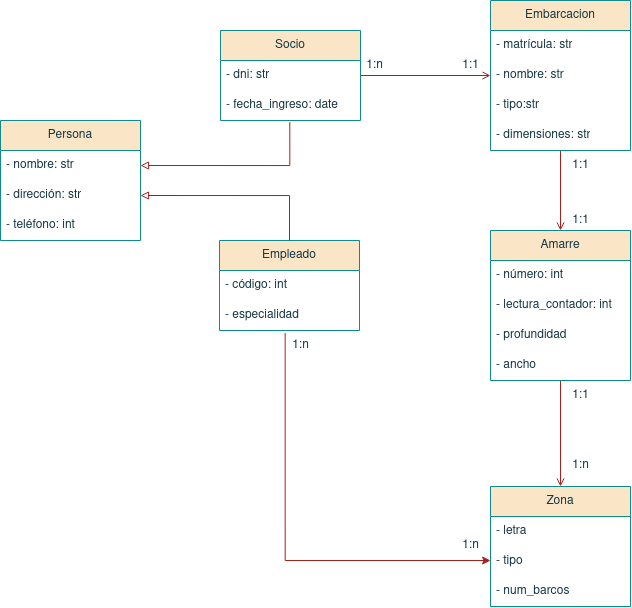
colidom/ets keeps this draw.io diagram as Tema 5. Diagramas de clase/ClubNautico.drawio.png. Above is the earlier version. Source tidied: cells renumbered, new cells last; positions are measured from the earlier drawing's top-left corner, leaving out a move shared by most shapes.
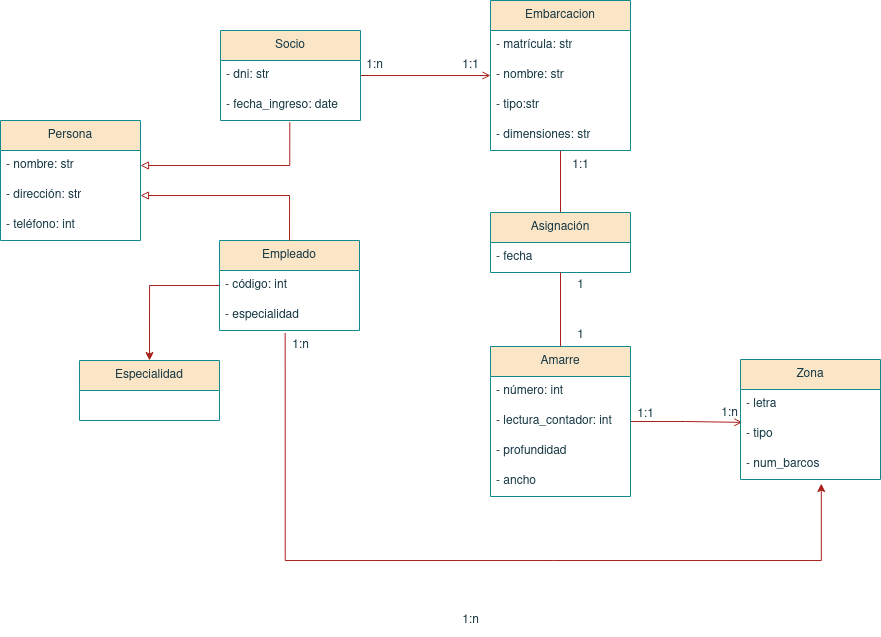
After the commit.

Change to the diagram source:
```diff
@@ -45,7 +45,7 @@
         </Array>
       </mxGeometry>
     </mxCell>
-    <mxCell id="15" style="edgeStyle=orthogonalEdgeStyle;rounded=0;jettySize=auto;html=1;strokeColor=#A8201A;fontColor=#143642;endArrow=open;endFill=0;fillColor=#FAE5C7;entryX=0.5;entryY=0;entryDx=0;entryDy=0;" parent="1" edge="1" source="16" target="22">
+    <mxCell id="15" style="edgeStyle=orthogonalEdgeStyle;rounded=0;jettySize=auto;html=1;strokeColor=#A8201A;fontColor=#143642;endArrow=none;endFill=0;fillColor=#FAE5C7;entryX=0.5;entryY=0;entryDx=0;entryDy=0;" parent="1" edge="1" source="16" target="42">
       <mxGeometry relative="1" as="geometry" />
     </mxCell>
     <mxCell id="16" value="Embarcacion" style="swimlane;fontStyle=0;horizontal=1;startSize=30;whiteSpace=wrap;html=1;strokeColor=#0F8B8D;fontColor=#143642;fillColor=#FAE5C7;" parent="1" vertex="1">
@@ -63,11 +63,11 @@
     <mxCell id="20" value="- dimensiones: str" style="text;strokeColor=none;fillColor=none;align=left;verticalAlign=middle;spacingLeft=4;spacingRight=4;overflow=hidden;whiteSpace=wrap;html=1;fontColor=#143642;" parent="16" vertex="1">
       <mxGeometry y="120" width="140" height="30" as="geometry" />
     </mxCell>
-    <mxCell id="21" style="edgeStyle=orthogonalEdgeStyle;rounded=0;jettySize=auto;html=1;strokeColor=#A8201A;fontColor=#143642;endArrow=open;endFill=0;fillColor=#FAE5C7;entryX=0.5;entryY=0;entryDx=0;entryDy=0;" parent="1" edge="1" source="22" target="27">
+    <mxCell id="21" style="edgeStyle=orthogonalEdgeStyle;rounded=0;jettySize=auto;html=1;strokeColor=#A8201A;fontColor=#143642;endArrow=open;endFill=0;fillColor=#FAE5C7;entryX=0.013;entryY=0.096;entryDx=0;entryDy=0;entryPerimeter=0;" parent="1" edge="1" source="22" target="29">
       <mxGeometry relative="1" as="geometry" />
     </mxCell>
     <mxCell id="22" value="Amarre" style="swimlane;fontStyle=0;horizontal=1;startSize=30;whiteSpace=wrap;html=1;strokeColor=#0F8B8D;fontColor=#143642;fillColor=#FAE5C7;" parent="1" vertex="1">
-      <mxGeometry x="490" y="230" width="140" height="150" as="geometry" />
+      <mxGeometry x="490" y="346" width="140" height="150" as="geometry" />
     </mxCell>
     <mxCell id="23" value="- número: int" style="text;strokeColor=none;fillColor=none;align=left;verticalAlign=middle;spacingLeft=4;spacingRight=4;overflow=hidden;whiteSpace=wrap;html=1;fontColor=#143642;" parent="22" vertex="1">
       <mxGeometry y="30" width="140" height="30" as="geometry" />
@@ -82,7 +82,7 @@
       <mxGeometry y="120" width="140" height="30" as="geometry" />
     </mxCell>
     <mxCell id="27" value="Zona" style="swimlane;fontStyle=0;horizontal=1;startSize=30;whiteSpace=wrap;html=1;strokeColor=#0F8B8D;fontColor=#143642;fillColor=#FAE5C7;" parent="1" vertex="1">
-      <mxGeometry x="490" y="486" width="140" height="120" as="geometry" />
+      <mxGeometry x="740" y="359" width="140" height="120" as="geometry" />
     </mxCell>
     <mxCell id="28" value="- letra" style="text;strokeColor=none;fillColor=none;align=left;verticalAlign=middle;spacingLeft=4;spacingRight=4;overflow=hidden;whiteSpace=wrap;html=1;fontColor=#143642;" parent="27" vertex="1">
       <mxGeometry y="30" width="140" height="30" as="geometry" />
@@ -99,21 +99,20 @@
     <mxCell id="32" value="1:n" style="text;html=1;align=center;verticalAlign=middle;strokeColor=none;fillColor=none;fontColor=#143642;" parent="1" vertex="1">
       <mxGeometry x="354" y="50" width="40" height="30" as="geometry" />
     </mxCell>
-    <mxCell id="33" value="1:1" style="text;html=1;align=center;verticalAlign=middle;strokeColor=none;fillColor=none;fontColor=#143642;" parent="1" vertex="1">
-      <mxGeometry x="560" y="205" width="40" height="30" as="geometry" />
+    <mxCell id="33" value="1" style="text;html=1;align=center;verticalAlign=middle;strokeColor=none;fillColor=none;fontColor=#143642;" parent="1" vertex="1">
+      <mxGeometry x="565" y="270" width="30" height="30" as="geometry" />
     </mxCell>
     <mxCell id="34" value="1:n" style="text;html=1;align=center;verticalAlign=middle;strokeColor=none;fillColor=none;fontColor=#143642;" parent="1" vertex="1">
-      <mxGeometry x="560" y="450" width="40" height="30" as="geometry" />
+      <mxGeometry x="709" y="398" width="40" height="30" as="geometry" />
     </mxCell>
     <mxCell id="35" value="1:1" style="text;html=1;align=center;verticalAlign=middle;strokeColor=none;fillColor=none;fontColor=#143642;" parent="1" vertex="1">
       <mxGeometry x="560" y="150" width="40" height="30" as="geometry" />
     </mxCell>
-    <mxCell id="36" style="endArrow=classic;html=1;rounded=0;strokeColor=#A8201A;fontColor=#143642;fillColor=#FAE5C7;exitX=0.469;exitY=1.084;exitDx=0;exitDy=0;exitPerimeter=0;edgeStyle=orthogonalEdgeStyle;" parent="1" edge="1" source="12">
+    <mxCell id="36" style="endArrow=classic;html=1;rounded=0;strokeColor=#A8201A;fontColor=#143642;fillColor=#FAE5C7;exitX=0.469;exitY=1.084;exitDx=0;exitDy=0;exitPerimeter=0;edgeStyle=orthogonalEdgeStyle;entryX=0.577;entryY=1.137;entryDx=0;entryDy=0;entryPerimeter=0;" parent="1" edge="1" source="12" target="30">
       <mxGeometry relative="1" as="geometry">
-        <mxPoint x="490" y="560" as="targetPoint" />
         <Array as="points">
           <mxPoint x="285" y="560" />
-          <mxPoint x="490" y="560" />
+          <mxPoint x="821" y="560" />
         </Array>
       </mxGeometry>
     </mxCell>
@@ -121,10 +120,28 @@
       <mxGeometry x="280" y="330" width="40" height="30" as="geometry" />
     </mxCell>
     <mxCell id="38" value="1:n" style="text;html=1;align=center;verticalAlign=middle;strokeColor=none;fillColor=none;fontColor=#143642;" parent="1" vertex="1">
-      <mxGeometry x="450" y="530" width="40" height="30" as="geometry" />
+      <mxGeometry x="450" y="605" width="40" height="30" as="geometry" />
     </mxCell>
     <mxCell id="39" value="1:1" style="text;html=1;align=center;verticalAlign=middle;strokeColor=none;fillColor=none;fontColor=#143642;" parent="1" vertex="1">
-      <mxGeometry x="560" y="380" width="40" height="30" as="geometry" />
+      <mxGeometry x="625" y="399" width="40" height="30" as="geometry" />
     </mxCell>
+    <mxCell id="40" value="Especialidad" style="swimlane;fontStyle=0;horizontal=1;startSize=30;whiteSpace=wrap;html=1;strokeColor=#0F8B8D;fontColor=#143642;fillColor=#FAE5C7;" parent="1" vertex="1">
+      <mxGeometry x="79" y="360" width="140" height="60" as="geometry" />
+    </mxCell>
+    <mxCell id="41" style="endArrow=classic;html=1;rounded=0;strokeColor=#A8201A;fontColor=#143642;fillColor=#FAE5C7;entryX=0.5;entryY=0;entryDx=0;entryDy=0;exitX=0;exitY=0.5;exitDx=0;exitDy=0;edgeStyle=orthogonalEdgeStyle;" parent="1" edge="1" source="11" target="40">
+      <mxGeometry relative="1" as="geometry" />
+    </mxCell>
+    <mxCell id="42" value="Asignación" style="swimlane;fontStyle=0;horizontal=1;startSize=30;whiteSpace=wrap;html=1;strokeColor=#0F8B8D;fontColor=#143642;fillColor=#FAE5C7;" parent="1" vertex="1">
+      <mxGeometry x="490" y="212" width="140" height="60" as="geometry" />
+    </mxCell>
+    <mxCell id="43" value="- fecha" style="text;strokeColor=none;fillColor=none;align=left;verticalAlign=middle;spacingLeft=4;spacingRight=4;overflow=hidden;whiteSpace=wrap;html=1;fontColor=#143642;" parent="42" vertex="1">
+      <mxGeometry y="30" width="140" height="30" as="geometry" />
+    </mxCell>
+    <mxCell id="44" style="edgeStyle=orthogonalEdgeStyle;rounded=0;jettySize=auto;html=1;strokeColor=#A8201A;fontColor=#143642;endArrow=none;endFill=0;fillColor=#FAE5C7;exitX=0.5;exitY=1;exitDx=0;exitDy=0;entryX=0.5;entryY=0;entryDx=0;entryDy=0;" parent="1" edge="1" source="42" target="22">
+      <mxGeometry relative="1" as="geometry" />
+    </mxCell>
+    <mxCell id="45" value="1" style="text;html=1;align=center;verticalAlign=middle;strokeColor=none;fillColor=none;fontColor=#143642;" parent="1" vertex="1">
+      <mxGeometry x="565" y="320" width="30" height="30" as="geometry" />
+    </mxCell>
   </root>
 </mxGraphModel>
```
